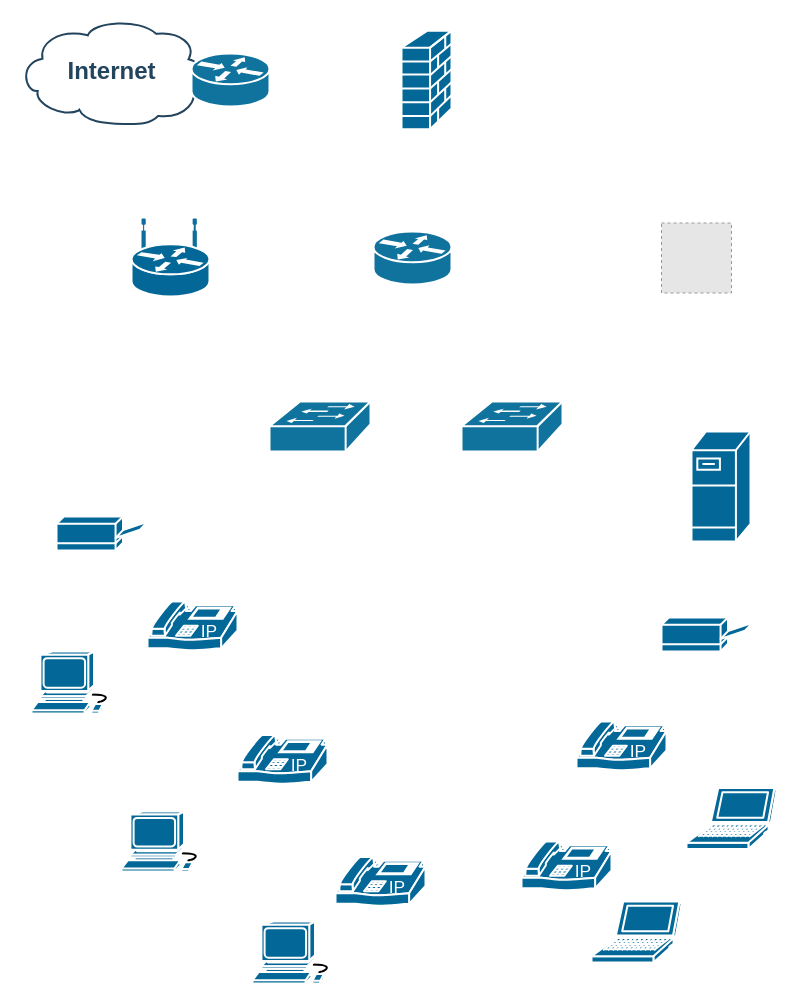
Above: RedClinica.drawio in DAISORNA/Drawio (draw.io), before the change. Source tidied: cells renumbered, new cells numbered last; positions are measured from the earlier drawing's top-left corner, leaving out a move shared by most shapes. Both pictures are drawn from the tidied source at 100%, with x=0, y=0 at pixel (18, 18). Pictures stored in the file or linked from it are replaced by grey dashed boxes.
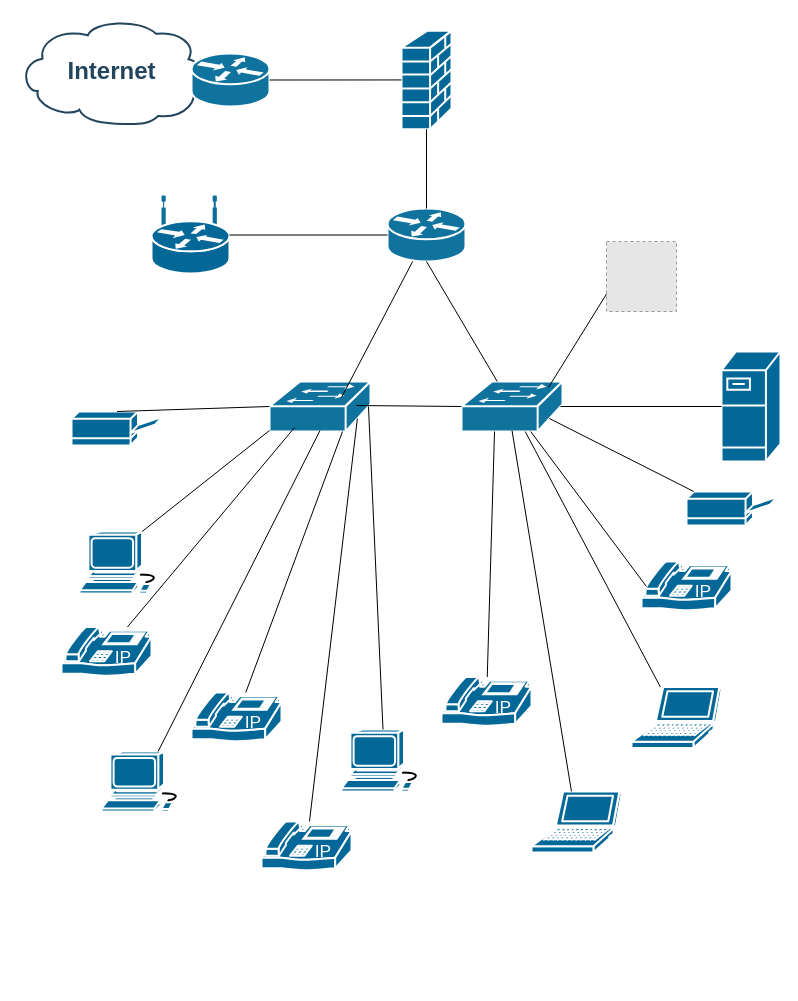
The same diagram, later.

Unchanged cells that the change refers to:
```xml
<mxCell id="4" style="shape=mxgraph.cisco.routers.router;html=1;dashed=0;fillColor=#10739E;strokeColor=#ffffff;strokeWidth=2;verticalLabelPosition=bottom;verticalAlign=top;fontFamily=Helvetica;fontSize=36;fontColor=#FFB366;" parent="1" vertex="1">
  <mxGeometry x="173" y="35" width="78" height="53" as="geometry" />
</mxCell>
<mxCell id="7" style="shape=mxgraph.cisco.security.firewall;sketch=0;html=1;dashed=0;fillColor=#036897;strokeColor=#ffffff;strokeWidth=2;verticalLabelPosition=bottom;verticalAlign=top;align=center;outlineConnect=0;" parent="1" vertex="1">
  <mxGeometry x="383" y="12.2" width="50" height="98.5" as="geometry" />
</mxCell>
```

The edit, as a diff of the source:
```diff
@@
     <mxCell id="3" style="shape=mxgraph.cisco.switches.workgroup_switch;html=1;dashed=0;fillColor=#10739E;strokeColor=#ffffff;strokeWidth=2;verticalLabelPosition=bottom;verticalAlign=top;fontFamily=Helvetica;fontSize=36;fontColor=#FFB366;" parent="1" vertex="1">
-      <mxGeometry x="251" y="383" width="101" height="50" as="geometry" />
+      <mxGeometry x="443" y="363" width="101" height="50" as="geometry" />
     </mxCell>
@@
     <mxCell id="5" style="shape=mxgraph.cisco.computers_and_peripherals.workstation;sketch=0;html=1;dashed=0;fillColor=#036897;strokeColor=#ffffff;strokeWidth=2;verticalLabelPosition=bottom;verticalAlign=top;align=center;outlineConnect=0;" parent="1" vertex="1">
-      <mxGeometry x="13" y="633" width="83" height="62" as="geometry" />
+      <mxGeometry x="61" y="513" width="83" height="62" as="geometry" />
     </mxCell>
     <mxCell id="6" style="shape=mxgraph.cisco.computers_and_peripherals.laptop;sketch=0;html=1;dashed=0;fillColor=#036897;strokeColor=#ffffff;strokeWidth=2;verticalLabelPosition=bottom;verticalAlign=top;align=center;outlineConnect=0;" parent="1" vertex="1">
-      <mxGeometry x="573" y="883" width="90" height="61" as="geometry" />
+      <mxGeometry x="513" y="773" width="90" height="61" as="geometry" />
     </mxCell>
@@
     <mxCell id="8" style="shape=mxgraph.cisco.servers.fileserver;sketch=0;html=1;dashed=0;fillColor=#036897;strokeColor=#ffffff;strokeWidth=2;verticalLabelPosition=bottom;verticalAlign=top;align=center;outlineConnect=0;" parent="1" vertex="1">
-      <mxGeometry x="673" y="413" width="59" height="110" as="geometry" />
+      <mxGeometry x="703" y="333" width="59" height="110" as="geometry" />
     </mxCell>
     <mxCell id="9" style="shape=mxgraph.cisco.routers.wireless_router;sketch=0;html=1;dashed=0;fillColor=#036897;strokeColor=#ffffff;strokeWidth=2;verticalLabelPosition=bottom;verticalAlign=top;align=center;outlineConnect=0;" parent="1" vertex="1">
-      <mxGeometry x="113" y="201" width="78" height="77" as="geometry" />
+      <mxGeometry x="133" y="178" width="78" height="77" as="geometry" />
     </mxCell>
     <mxCell id="10" style="shape=mxgraph.cisco.computers_and_peripherals.laptop;sketch=0;html=1;dashed=0;fillColor=#036897;strokeColor=#ffffff;strokeWidth=2;verticalLabelPosition=bottom;verticalAlign=top;align=center;outlineConnect=0;" parent="1" vertex="1">
-      <mxGeometry x="668" y="769.5" width="90" height="61" as="geometry" />
+      <mxGeometry x="613" y="668.5" width="90" height="61" as="geometry" />
     </mxCell>
-    <mxCell id="11" style="shape=mxgraph.cisco.computers_and_peripherals.workstation;sketch=0;html=1;dashed=0;fillColor=#036897;strokeColor=#ffffff;strokeWidth=2;verticalLabelPosition=bottom;verticalAlign=top;align=center;outlineConnect=0;" parent="1" vertex="1">
-      <mxGeometry x="103" y="793" width="83" height="60" as="geometry" />
+    <mxCell id="11" style="shape=mxgraph.cisco.computers_and_peripherals.workstation;sketch=0;html=1;dashed=0;fillColor=#036897;strokeColor=#ffffff;strokeWidth=2;verticalLabelPosition=bottom;verticalAlign=top;align=center;outlineConnect=0;direction=east;" parent="1" vertex="1">
+      <mxGeometry x="83" y="733" width="83" height="60" as="geometry" />
     </mxCell>
     <mxCell id="12" style="shape=mxgraph.cisco.computers_and_peripherals.printer;sketch=0;html=1;dashed=0;fillColor=#036897;strokeColor=#ffffff;strokeWidth=2;verticalLabelPosition=bottom;verticalAlign=top;align=center;outlineConnect=0;" parent="1" vertex="1">
-      <mxGeometry x="643" y="599" width="91" height="34" as="geometry" />
+      <mxGeometry x="668" y="473" width="91" height="34" as="geometry" />
     </mxCell>
     <mxCell id="13" style="shape=mxgraph.cisco.modems_and_phones.ip_phone;sketch=0;html=1;dashed=0;fillColor=#036897;strokeColor=#ffffff;strokeWidth=2;verticalLabelPosition=bottom;verticalAlign=top;align=center;outlineConnect=0;" parent="1" vertex="1">
-      <mxGeometry x="219" y="716.5" width="90" height="50" as="geometry" />
+      <mxGeometry x="173" y="674" width="90" height="50" as="geometry" />
     </mxCell>
     <mxCell id="14" style="shape=mxgraph.cisco.modems_and_phones.ip_phone;sketch=0;html=1;dashed=0;fillColor=#036897;strokeColor=#ffffff;strokeWidth=2;verticalLabelPosition=bottom;verticalAlign=top;align=center;outlineConnect=0;" parent="1" vertex="1">
-      <mxGeometry x="503" y="823" width="90" height="50" as="geometry" />
+      <mxGeometry x="423" y="658.5" width="90" height="50" as="geometry" />
     </mxCell>
     <mxCell id="15" style="shape=mxgraph.cisco.modems_and_phones.ip_phone;sketch=0;html=1;dashed=0;fillColor=#036897;strokeColor=#ffffff;strokeWidth=2;verticalLabelPosition=bottom;verticalAlign=top;align=center;outlineConnect=0;" parent="1" vertex="1">
-      <mxGeometry x="129" y="583" width="90" height="50" as="geometry" />
+      <mxGeometry x="43" y="608.5" width="90" height="50" as="geometry" />
     </mxCell>
     <mxCell id="16" style="shape=mxgraph.cisco.modems_and_phones.ip_phone;sketch=0;html=1;dashed=0;fillColor=#036897;strokeColor=#ffffff;strokeWidth=2;verticalLabelPosition=bottom;verticalAlign=top;align=center;outlineConnect=0;" parent="1" vertex="1">
-      <mxGeometry x="558" y="703" width="90" height="50" as="geometry" />
+      <mxGeometry x="623" y="543" width="90" height="50" as="geometry" />
     </mxCell>
     <mxCell id="17" style="shape=mxgraph.cisco.modems_and_phones.ip_phone;sketch=0;html=1;dashed=0;fillColor=#036897;strokeColor=#ffffff;strokeWidth=2;verticalLabelPosition=bottom;verticalAlign=top;align=center;outlineConnect=0;" parent="1" vertex="1">
-      <mxGeometry x="317" y="838.5" width="90" height="50" as="geometry" />
+      <mxGeometry x="243" y="803" width="90" height="50" as="geometry" />
     </mxCell>
     <mxCell id="18" style="shape=mxgraph.cisco.computers_and_peripherals.printer;sketch=0;html=1;dashed=0;fillColor=#036897;strokeColor=#ffffff;strokeWidth=2;verticalLabelPosition=bottom;verticalAlign=top;align=center;outlineConnect=0;" parent="1" vertex="1">
-      <mxGeometry x="38" y="498" width="91" height="34" as="geometry" />
+      <mxGeometry x="53" y="393" width="91" height="34" as="geometry" />
     </mxCell>
     <mxCell id="19" style="shape=mxgraph.cisco.computers_and_peripherals.workstation;sketch=0;html=1;dashed=0;fillColor=#036897;strokeColor=#ffffff;strokeWidth=2;verticalLabelPosition=bottom;verticalAlign=top;align=center;outlineConnect=0;" parent="1" vertex="1">
-      <mxGeometry x="234" y="903" width="83" height="62" as="geometry" />
+      <mxGeometry x="323" y="711" width="83" height="62" as="geometry" />
     </mxCell>
     <mxCell id="20" style="shape=mxgraph.cisco.switches.workgroup_switch;html=1;dashed=0;fillColor=#10739E;strokeColor=#ffffff;strokeWidth=2;verticalLabelPosition=bottom;verticalAlign=top;fontFamily=Helvetica;fontSize=36;fontColor=#FFB366;" parent="1" vertex="1">
-      <mxGeometry x="443" y="383" width="101" height="50" as="geometry" />
+      <mxGeometry x="251" y="363" width="101" height="50" as="geometry" />
     </mxCell>
     <mxCell id="21" style="shape=mxgraph.cisco.routers.router;html=1;dashed=0;fillColor=#10739E;strokeColor=#ffffff;strokeWidth=2;verticalLabelPosition=bottom;verticalAlign=top;fontFamily=Helvetica;fontSize=36;fontColor=#FFB366;" parent="1" vertex="1">
-      <mxGeometry x="355" y="213" width="78" height="53" as="geometry" />
+      <mxGeometry x="369" y="190" width="78" height="53" as="geometry" />
     </mxCell>
     <mxCell id="22" style="fillColor=#E6E6E6;strokeColor=#999999;dashed=1;html=1;verticalAlign=top;verticalLabelPosition=bottom;labelBackgroundColor=#ffffff;" parent="1" vertex="1">
-      <mxGeometry x="643" y="204.5" width="70" height="70" as="geometry" />
+      <mxGeometry x="588" y="223" width="70" height="70" as="geometry" />
     </mxCell>
+    <mxCell id="23" style="endArrow=none;html=1;rounded=0;exitX=1;exitY=0.5;exitDx=0;exitDy=0;exitPerimeter=0;entryX=0;entryY=0.5;entryDx=0;entryDy=0;entryPerimeter=0;" parent="1" edge="1" source="4" target="7">
+      <mxGeometry relative="1" as="geometry" />
+    </mxCell>
+    <mxCell id="24" style="endArrow=none;html=1;rounded=0;entryX=0.5;entryY=1;entryDx=0;entryDy=0;entryPerimeter=0;exitX=0.5;exitY=0;exitDx=0;exitDy=0;exitPerimeter=0;" parent="1" edge="1" source="21" target="7">
+      <mxGeometry relative="1" as="geometry" />
+    </mxCell>
+    <mxCell id="25" style="endArrow=none;html=1;rounded=0;entryX=0;entryY=0.5;entryDx=0;entryDy=0;entryPerimeter=0;" parent="1" edge="1" source="9" target="21">
+      <mxGeometry relative="1" as="geometry" />
+    </mxCell>
+    <mxCell id="26" style="endArrow=none;html=1;rounded=0;entryX=0.5;entryY=1;entryDx=0;entryDy=0;entryPerimeter=0;" parent="1" edge="1" source="3" target="21">
+      <mxGeometry relative="1" as="geometry" />
+    </mxCell>
+    <mxCell id="27" style="endArrow=none;html=1;rounded=0;exitX=0.713;exitY=0.32;exitDx=0;exitDy=0;exitPerimeter=0;" parent="1" edge="1" source="20" target="21">
+      <mxGeometry relative="1" as="geometry" />
+    </mxCell>
+    <mxCell id="28" style="endArrow=none;html=1;rounded=0;entryX=0;entryY=0.5;entryDx=0;entryDy=0;entryPerimeter=0;exitX=0.5;exitY=0;exitDx=0;exitDy=0;exitPerimeter=0;" parent="1" edge="1" source="18" target="20">
+      <mxGeometry relative="1" as="geometry" />
+    </mxCell>
+    <mxCell id="29" style="endArrow=none;html=1;rounded=0;entryX=0.861;entryY=0.12;entryDx=0;entryDy=0;entryPerimeter=0;exitX=0;exitY=0.75;exitDx=0;exitDy=0;" parent="1" edge="1" source="22" target="3">
+      <mxGeometry relative="1" as="geometry" />
+    </mxCell>
+    <mxCell id="30" style="endArrow=none;html=1;rounded=0;entryX=0;entryY=0.98;entryDx=0;entryDy=0;entryPerimeter=0;exitX=0.755;exitY=0;exitDx=0;exitDy=0;exitPerimeter=0;" parent="1" edge="1" source="5" target="20">
+      <mxGeometry relative="1" as="geometry" />
+    </mxCell>
+    <mxCell id="31" style="endArrow=none;html=1;rounded=0;entryX=0.248;entryY=0.92;entryDx=0;entryDy=0;entryPerimeter=0;" parent="1" edge="1" source="15" target="20">
+      <mxGeometry relative="1" as="geometry" />
+    </mxCell>
+    <mxCell id="32" style="endArrow=none;html=1;rounded=0;entryX=0.98;entryY=0.5;entryDx=0;entryDy=0;entryPerimeter=0;" parent="1" edge="1" source="8" target="3">
+      <mxGeometry relative="1" as="geometry" />
+    </mxCell>
+    <mxCell id="33" style="endArrow=none;html=1;rounded=0;entryX=0.87;entryY=0.74;entryDx=0;entryDy=0;entryPerimeter=0;exitX=0.08;exitY=0;exitDx=0;exitDy=0;exitPerimeter=0;" parent="1" edge="1" source="12" target="3">
+      <mxGeometry relative="1" as="geometry" />
+    </mxCell>
+    <mxCell id="34" style="endArrow=none;html=1;rounded=0;exitX=0.055;exitY=0.5;exitDx=0;exitDy=0;exitPerimeter=0;" parent="1" edge="1" source="16" target="3">
+      <mxGeometry relative="1" as="geometry" />
+    </mxCell>
+    <mxCell id="35" style="endArrow=none;html=1;rounded=0;" parent="1" edge="1" source="10" target="3">
+      <mxGeometry relative="1" as="geometry" />
+    </mxCell>
+    <mxCell id="36" style="endArrow=none;html=1;rounded=0;entryX=0.5;entryY=0.98;entryDx=0;entryDy=0;entryPerimeter=0;" parent="1" edge="1" source="11" target="20">
+      <mxGeometry relative="1" as="geometry" />
+    </mxCell>
+    <mxCell id="37" style="endArrow=none;html=1;rounded=0;entryX=0.723;entryY=1;entryDx=0;entryDy=0;entryPerimeter=0;" parent="1" edge="1" source="13" target="20">
+      <mxGeometry relative="1" as="geometry" />
+    </mxCell>
+    <mxCell id="38" style="endArrow=none;html=1;rounded=0;entryX=0.327;entryY=1;entryDx=0;entryDy=0;entryPerimeter=0;" parent="1" edge="1" source="14" target="3">
+      <mxGeometry relative="1" as="geometry" />
+    </mxCell>
+    <mxCell id="39" style="endArrow=none;html=1;rounded=0;entryX=0.5;entryY=0.98;entryDx=0;entryDy=0;entryPerimeter=0;" parent="1" edge="1" source="6" target="3">
+      <mxGeometry relative="1" as="geometry" />
+    </mxCell>
+    <mxCell id="40" style="endArrow=none;html=1;rounded=0;entryX=0.87;entryY=0.74;entryDx=0;entryDy=0;entryPerimeter=0;" parent="1" edge="1" source="17" target="20">
+      <mxGeometry relative="1" as="geometry" />
+    </mxCell>
+    <mxCell id="41" style="endArrow=none;html=1;rounded=0;entryX=0.98;entryY=0.5;entryDx=0;entryDy=0;entryPerimeter=0;exitX=0.5;exitY=0;exitDx=0;exitDy=0;exitPerimeter=0;" parent="1" edge="1" source="19" target="20">
+      <mxGeometry relative="1" as="geometry" />
+    </mxCell>
+    <mxCell id="42" style="endArrow=none;html=1;rounded=0;entryX=0;entryY=0.5;entryDx=0;entryDy=0;entryPerimeter=0;exitX=0.861;exitY=0.48;exitDx=0;exitDy=0;exitPerimeter=0;" parent="1" edge="1" source="20" target="3">
+      <mxGeometry relative="1" as="geometry" />
+    </mxCell>
```
